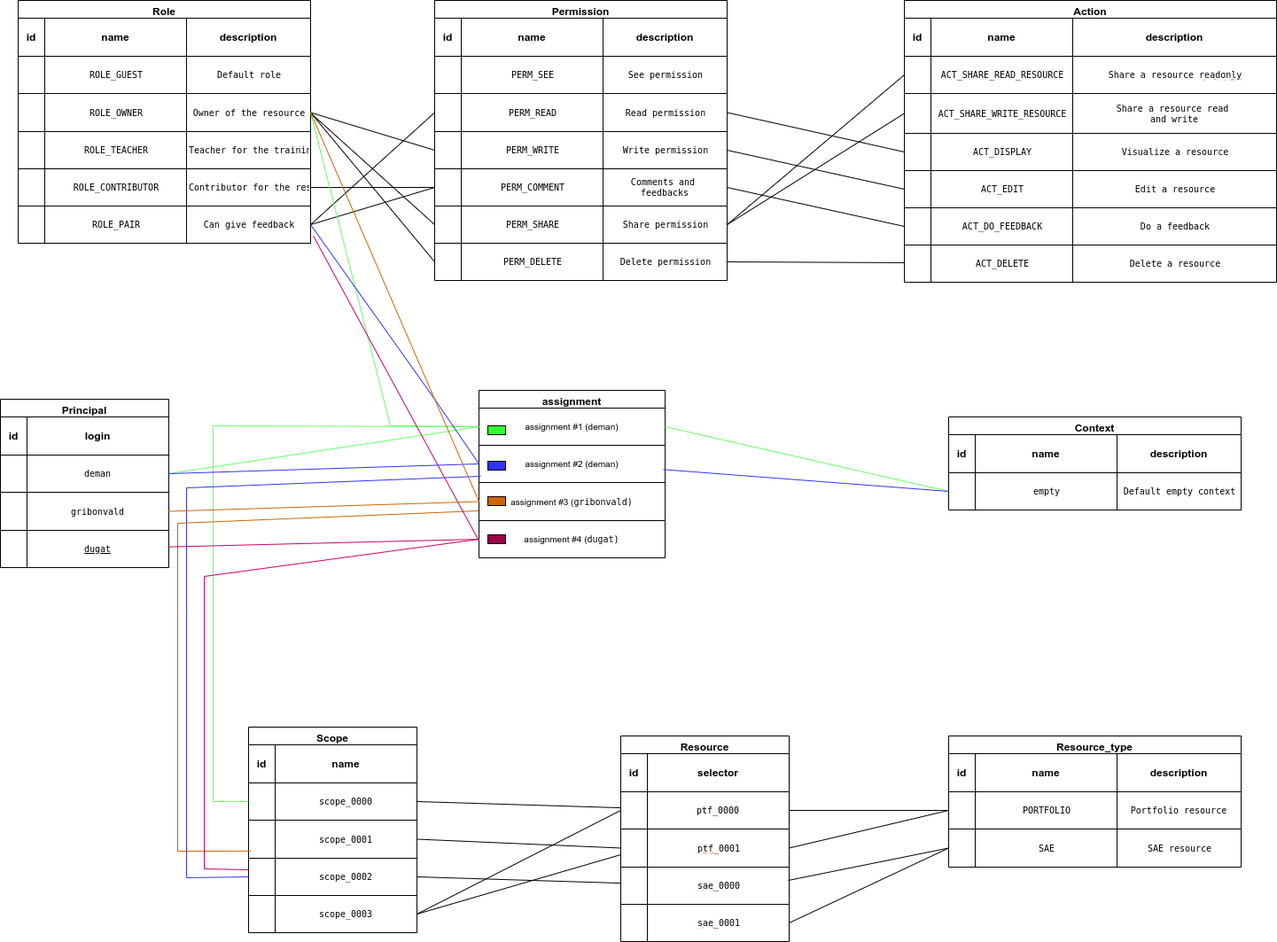
avenirs-esr/dev-doc keeps this draw.io diagram as assets/images/access_control_fixtures.png. Above is the earlier version. Source tidied: cells renumbered, new cells last; positions are measured from the earlier drawing's top-left corner, leaving out a move shared by most shapes.
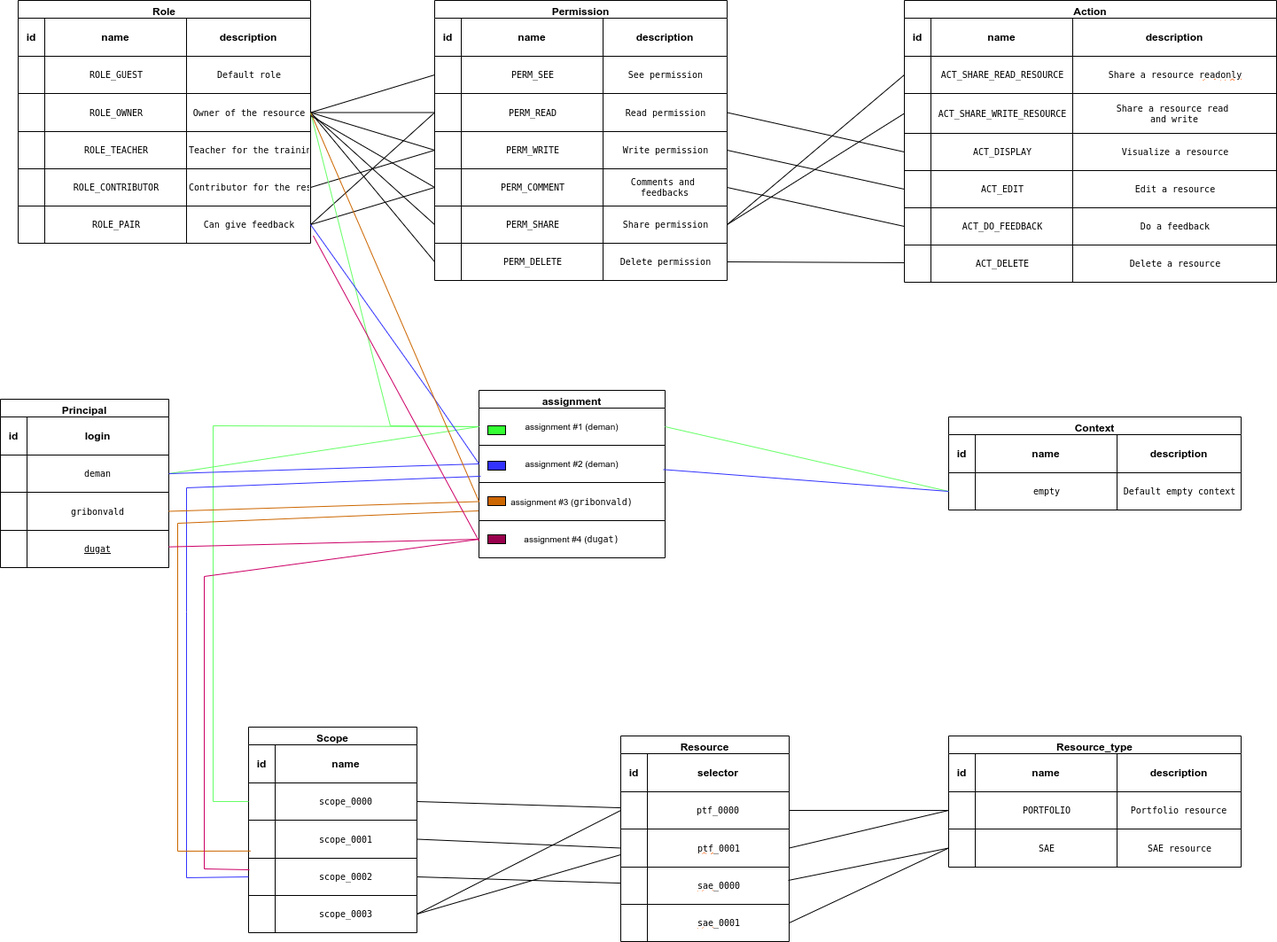
The same file after the commit.

Commit message:
fix: access control diagrams

Diff of the diagram source:
```diff
@@ -301,7 +301,7 @@
     <mxCell id="100" style="endArrow=none;html=1;rounded=0;entryX=1;entryY=0.5;entryDx=0;entryDy=0;exitX=0;exitY=0.5;exitDx=0;exitDy=0;" parent="1" edge="1" source="38" target="24">
       <mxGeometry relative="1" as="geometry" />
     </mxCell>
-    <mxCell id="101" style="endArrow=none;html=1;rounded=0;entryX=1;entryY=0.5;entryDx=0;entryDy=0;exitX=0;exitY=0.5;exitDx=0;exitDy=0;" parent="1" edge="1" source="46" target="20">
+    <mxCell id="101" style="endArrow=none;html=1;rounded=0;entryX=1;entryY=0.5;entryDx=0;entryDy=0;exitX=0;exitY=0.5;exitDx=0;exitDy=0;" parent="1" edge="1" source="42" target="20">
       <mxGeometry relative="1" as="geometry" />
     </mxCell>
     <mxCell id="102" value="Resource" style="swimlane;" parent="1" vertex="1">
@@ -656,5 +656,16 @@
         </Array>
       </mxGeometry>
     </mxCell>
+    <mxCell id="209" style="endArrow=none;html=1;rounded=0;exitX=0;exitY=0.5;exitDx=0;exitDy=0;" parent="1" edge="1" source="46">
+      <mxGeometry relative="1" as="geometry">
+        <mxPoint x="350" y="130" as="targetPoint" />
+      </mxGeometry>
+    </mxCell>
+    <mxCell id="210" style="endArrow=none;html=1;rounded=0;exitX=0;exitY=0.5;exitDx=0;exitDy=0;entryX=1;entryY=0.5;entryDx=0;entryDy=0;" parent="1" edge="1" source="38" target="12">
+      <mxGeometry relative="1" as="geometry" />
+    </mxCell>
+    <mxCell id="211" style="endArrow=none;html=1;rounded=0;exitX=0;exitY=0.5;exitDx=0;exitDy=0;entryX=1;entryY=0.5;entryDx=0;entryDy=0;" parent="1" edge="1" source="34" target="12">
+      <mxGeometry relative="1" as="geometry" />
+    </mxCell>
   </root>
 </mxGraphModel>
```
